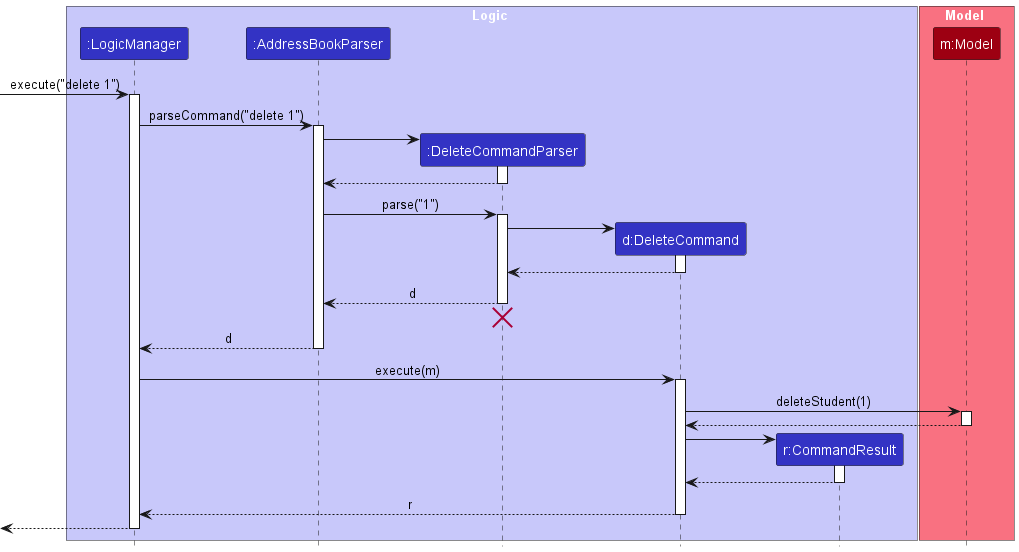
Earlier version of the PlantUML export docs/images/DeleteSequenceDiagram.png (c-wenlong/tp).
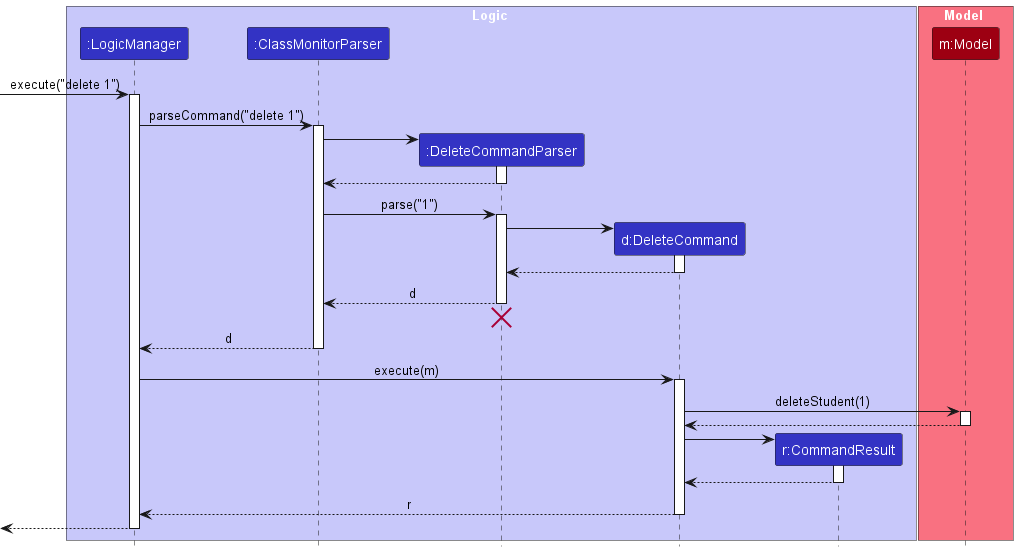
Above is the later version.

Change to the diagram source:
```diff
@@ -4,7 +4,7 @@
 
 box Logic LOGIC_COLOR_T1
 participant ":LogicManager" as LogicManager LOGIC_COLOR
-participant ":AddressBookParser" as AddressBookParser LOGIC_COLOR
+participant ":ClassMonitorParser" as ClassMonitorParser LOGIC_COLOR
 participant ":DeleteCommandParser" as DeleteCommandParser LOGIC_COLOR
 participant "d:DeleteCommand" as DeleteCommand LOGIC_COLOR
 participant "r:CommandResult" as CommandResult LOGIC_COLOR
@@ -17,17 +17,17 @@
 [-> LogicManager : execute("delete 1")
 activate LogicManager
 
-LogicManager -> AddressBookParser : parseCommand("delete 1")
-activate AddressBookParser
+LogicManager -> ClassMonitorParser : parseCommand("delete 1")
+activate ClassMonitorParser
 
 create DeleteCommandParser
-AddressBookParser -> DeleteCommandParser
+ClassMonitorParser -> DeleteCommandParser
 activate DeleteCommandParser
 
-DeleteCommandParser --> AddressBookParser
+DeleteCommandParser --> ClassMonitorParser
 deactivate DeleteCommandParser
 
-AddressBookParser -> DeleteCommandParser : parse("1")
+ClassMonitorParser -> DeleteCommandParser : parse("1")
 activate DeleteCommandParser
 
 create DeleteCommand
@@ -37,13 +37,13 @@
 DeleteCommand --> DeleteCommandParser :
 deactivate DeleteCommand
 
-DeleteCommandParser --> AddressBookParser : d
+DeleteCommandParser --> ClassMonitorParser : d
 deactivate DeleteCommandParser
-DeleteCommandParser -[hidden]-> AddressBookParser
+DeleteCommandParser -[hidden]-> ClassMonitorParser
 destroy DeleteCommandParser
 
-AddressBookParser --> LogicManager : d
-deactivate AddressBookParser
+ClassMonitorParser --> LogicManager : d
+deactivate ClassMonitorParser
 
 LogicManager -> DeleteCommand : execute(m)
 activate DeleteCommand
```
